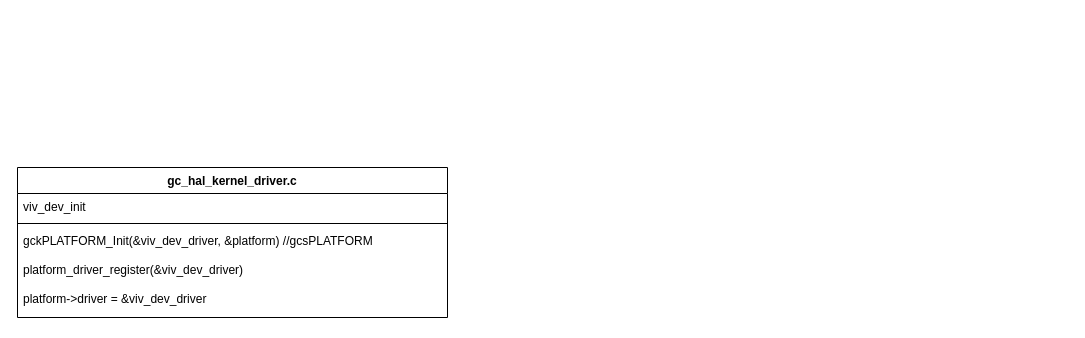
evolution124/mydiagram keeps this draw.io diagram as device_driver.drawio. Above is the earlier version. Source tidied: cells renumbered, new cells numbered last; positions are measured from the earlier drawing's top-left corner, leaving out a move shared by most shapes. Both pictures are drawn from the tidied source at 100%, with x=0, y=0 at pixel (17, 167).
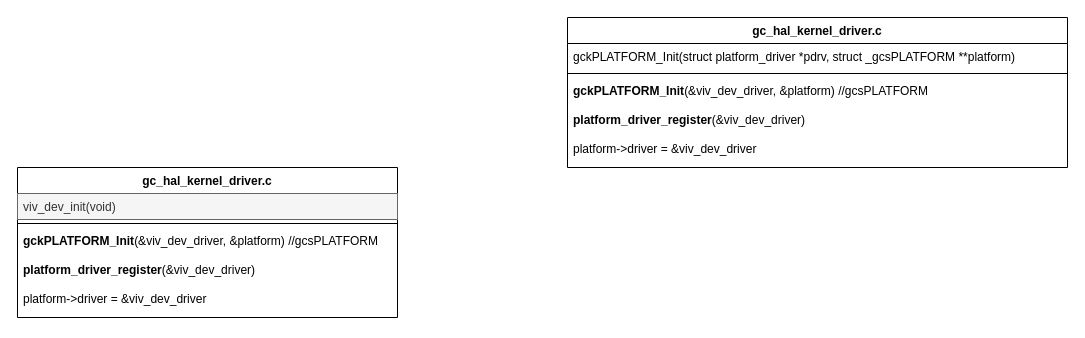
The same page after the edit.

Diff of the diagram source:
```diff
@@
 <mxGraphModel>
   <root>
     <mxCell id="0" />
     <mxCell id="1" parent="0" />
     <mxCell id="2" value="gc_hal_kernel_driver.c" style="swimlane;fontStyle=1;align=center;verticalAlign=top;horizontal=1;startSize=26;whiteSpace=wrap;html=1;" parent="1" vertex="1">
-      <mxGeometry width="430" height="150" as="geometry" />
+      <mxGeometry width="380" height="150" as="geometry" />
     </mxCell>
-    <mxCell id="3" value="viv_dev_init" style="text;strokeColor=none;fillColor=none;align=left;verticalAlign=top;spacingLeft=4;spacingRight=4;overflow=hidden;whiteSpace=wrap;html=1;" parent="2" vertex="1">
-      <mxGeometry y="26" width="430" height="26" as="geometry" />
+    <mxCell id="3" value="viv_dev_init(void)" style="text;strokeColor=#666666;fillColor=#f5f5f5;align=left;verticalAlign=top;spacingLeft=4;spacingRight=4;overflow=hidden;whiteSpace=wrap;html=1;fontColor=#333333;" parent="2" vertex="1">
+      <mxGeometry y="26" width="380" height="26" as="geometry" />
     </mxCell>
     <mxCell id="4" style="line;strokeWidth=1;fillColor=none;align=left;verticalAlign=middle;spacingTop=-1;spacingLeft=3;spacingRight=3;labelPosition=right;strokeColor=inherit;" parent="2" vertex="1">
-      <mxGeometry y="52" width="430" height="8" as="geometry" />
+      <mxGeometry y="52" width="380" height="8" as="geometry" />
     </mxCell>
-    <mxCell id="5" value="gckPLATFORM_Init(&amp;amp;viv_dev_driver, &amp;amp;platform) //gcsPLATFORM&lt;div&gt;&lt;br&gt;&lt;/div&gt;&lt;div&gt;platform_driver_register(&amp;amp;viv_dev_driver)&lt;/div&gt;&lt;div&gt;&lt;br&gt;&lt;/div&gt;&lt;div&gt;platform-&amp;gt;driver = &amp;amp;viv_dev_driver&lt;/div&gt;" style="text;strokeColor=none;fillColor=none;align=left;verticalAlign=top;spacingLeft=4;spacingRight=4;overflow=hidden;whiteSpace=wrap;html=1;" parent="2" vertex="1">
-      <mxGeometry y="60" width="430" height="90" as="geometry" />
+    <mxCell id="5" value="&lt;b&gt;gckPLATFORM_Init&lt;/b&gt;(&amp;amp;viv_dev_driver, &amp;amp;platform) //gcsPLATFORM&lt;div&gt;&lt;br&gt;&lt;/div&gt;&lt;div&gt;&lt;b&gt;platform_driver_register&lt;/b&gt;(&amp;amp;viv_dev_driver)&lt;/div&gt;&lt;div&gt;&lt;br&gt;&lt;/div&gt;&lt;div&gt;platform-&amp;gt;driver = &amp;amp;viv_dev_driver&lt;/div&gt;" style="text;strokeColor=none;fillColor=none;align=left;verticalAlign=top;spacingLeft=4;spacingRight=4;overflow=hidden;whiteSpace=wrap;html=1;" parent="2" vertex="1">
+      <mxGeometry y="60" width="380" height="90" as="geometry" />
     </mxCell>
+    <mxCell id="6" value="gc_hal_kernel_driver.c" style="swimlane;fontStyle=1;align=center;verticalAlign=top;horizontal=1;startSize=26;whiteSpace=wrap;html=1;" parent="1" vertex="1">
+      <mxGeometry x="550" y="-150" width="500" height="150" as="geometry" />
+    </mxCell>
+    <mxCell id="7" value="gckPLATFORM_Init(struct platform_driver *pdrv, struct _gcsPLATFORM **platform)" style="text;strokeColor=none;fillColor=none;align=left;verticalAlign=top;spacingLeft=4;spacingRight=4;overflow=hidden;whiteSpace=wrap;html=1;" parent="6" vertex="1">
+      <mxGeometry y="26" width="500" height="26" as="geometry" />
+    </mxCell>
+    <mxCell id="8" style="line;strokeWidth=1;fillColor=none;align=left;verticalAlign=middle;spacingTop=-1;spacingLeft=3;spacingRight=3;labelPosition=right;strokeColor=inherit;" parent="6" vertex="1">
+      <mxGeometry y="52" width="500" height="8" as="geometry" />
+    </mxCell>
+    <mxCell id="9" value="&lt;b&gt;gckPLATFORM_Init&lt;/b&gt;(&amp;amp;viv_dev_driver, &amp;amp;platform) //gcsPLATFORM&lt;div&gt;&lt;br&gt;&lt;/div&gt;&lt;div&gt;&lt;b&gt;platform_driver_register&lt;/b&gt;(&amp;amp;viv_dev_driver)&lt;/div&gt;&lt;div&gt;&lt;br&gt;&lt;/div&gt;&lt;div&gt;platform-&amp;gt;driver = &amp;amp;viv_dev_driver&lt;/div&gt;" style="text;strokeColor=none;fillColor=none;align=left;verticalAlign=top;spacingLeft=4;spacingRight=4;overflow=hidden;whiteSpace=wrap;html=1;" parent="6" vertex="1">
+      <mxGeometry y="60" width="500" height="90" as="geometry" />
+    </mxCell>
   </root>
 </mxGraphModel>
```
